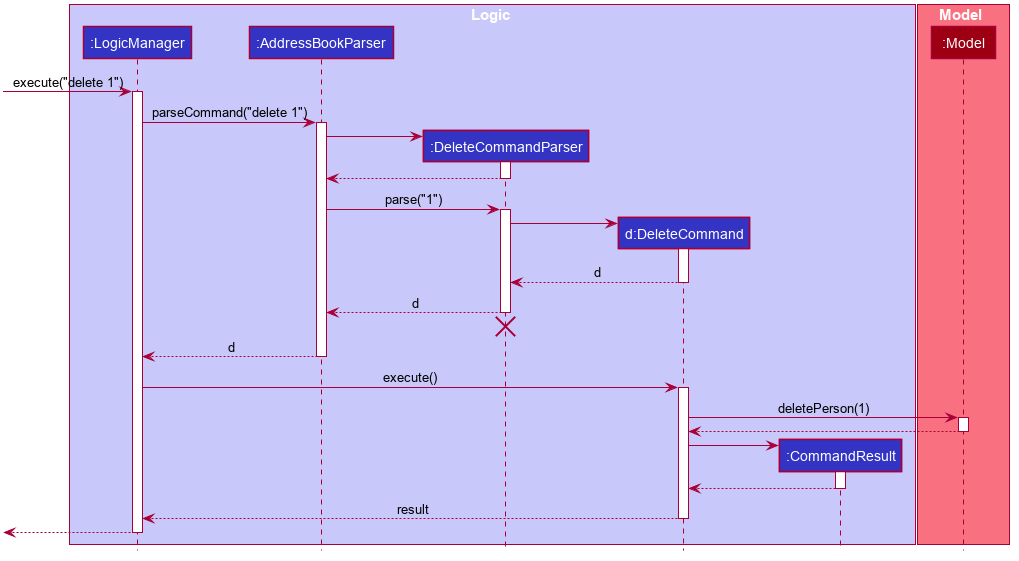
Earlier version of the PlantUML export docs/images/DeleteSequenceDiagram.png (nus-cs2103-AY2223S1/tp).
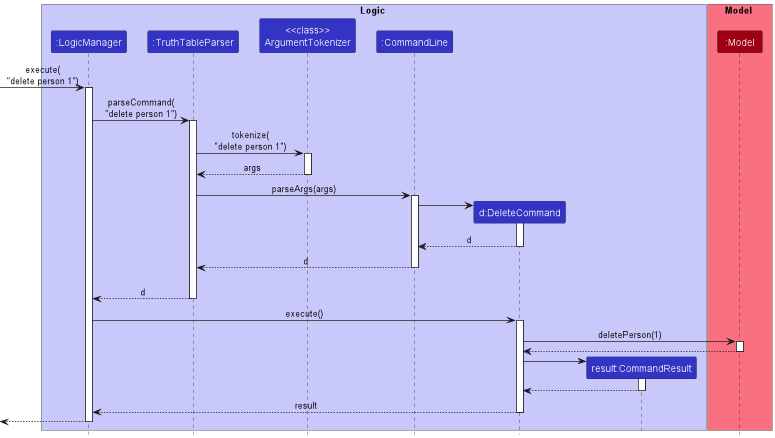
After the change.

Commit message:
Update Logic section in DG

Diff of the diagram source:
```diff
@@ -1,95 +1,48 @@
 @startuml
+!include style.puml
+
+box Logic LOGIC_COLOR_T1
+participant ":LogicManager" as LogicManager LOGIC_COLOR
+participant ":TruthTableParser" as TruthTableParser LOGIC_COLOR
+participant "<<class>>\nArgumentTokenizer" as ArgumentTokenizer LOGIC_COLOR
+participant ":CommandLine" as CommandLine LOGIC_COLOR
+participant "d:DeleteCommand" as DeleteCommand LOGIC_COLOR
+participant "result:CommandResult" as CommandResult LOGIC_COLOR
+end box
+
+box Model MODEL_COLOR_T1
+participant ":Model" as Model MODEL_COLOR
+end box
+
+[-> LogicManager : execute(\n"delete person 1")
+activate LogicManager
+
+LogicManager -> TruthTableParser : parseCommand(\n"delete person 1")
+activate TruthTableParser
 
 
+TruthTableParser -> ArgumentTokenizer : tokenize(\n"delete person 1")
+activate ArgumentTokenizer
 
+ArgumentTokenizer --> TruthTableParser : args
+deactivate ArgumentTokenizer
 
-
-
-
-
-skinparam BackgroundColor #FFFFFFF
-
-skinparam Shadowing false
-
-skinparam Class {
-    FontColor #FFFFFF
-    BorderThickness 1
-    BorderColor #FFFFFF
-    StereotypeFontColor #FFFFFF
-    FontName Arial
-}
-
-skinparam Actor {
-    BorderColor #000000
-    Color #000000
-    FontName Arial
-}
-
-skinparam Sequence {
-    MessageAlign center
-    BoxFontSize 15
-    BoxPadding 0
-    BoxFontColor #FFFFFF
-    FontName Arial
-}
-
-skinparam Participant {
-    FontColor #FFFFFFF
-    Padding 20
-}
-
-skinparam MinClassWidth 50
-skinparam ParticipantPadding 10
-skinparam Shadowing false
-skinparam DefaultTextAlignment center
-skinparam packageStyle Rectangle
-
-hide footbox
-hide members
-hide circle
-
-box Logic #C8C8FA
-participant ":LogicManager" as LogicManager #3333C4
-participant ":AddressBookParser" as AddressBookParser #3333C4
-participant ":DeleteCommandParser" as DeleteCommandParser #3333C4
-participant "d:DeleteCommand" as DeleteCommand #3333C4
-participant ":CommandResult" as CommandResult #3333C4
-end box
-
-box Model #F97181
-participant ":Model" as Model #9D0012
-end box
-
-[-> LogicManager : execute("delete 1")
-activate LogicManager
-
-LogicManager -> AddressBookParser : parseCommand("delete 1")
-activate AddressBookParser
-
-create DeleteCommandParser
-AddressBookParser -> DeleteCommandParser
-activate DeleteCommandParser
-
-DeleteCommandParser --> AddressBookParser
-deactivate DeleteCommandParser
-
-AddressBookParser -> DeleteCommandParser : parse("1")
-activate DeleteCommandParser
+TruthTableParser -> CommandLine : parseArgs(args)
+activate CommandLine
 
 create DeleteCommand
-DeleteCommandParser -> DeleteCommand
+CommandLine -> DeleteCommand
 activate DeleteCommand
 
-DeleteCommand --> DeleteCommandParser : d
+DeleteCommand --> CommandLine : d
 deactivate DeleteCommand
 
-DeleteCommandParser --> AddressBookParser : d
-deactivate DeleteCommandParser
-DeleteCommandParser -[hidden]-> AddressBookParser
-destroy DeleteCommandParser
+CommandLine --> TruthTableParser : d
+deactivate CommandLine
+ArgumentTokenizer -[hidden]-> TruthTableParser
 
-AddressBookParser --> LogicManager : d
-deactivate AddressBookParser
+TruthTableParser --> LogicManager : d
+deactivate TruthTableParser
 
 LogicManager -> DeleteCommand : execute()
 activate DeleteCommand
```
